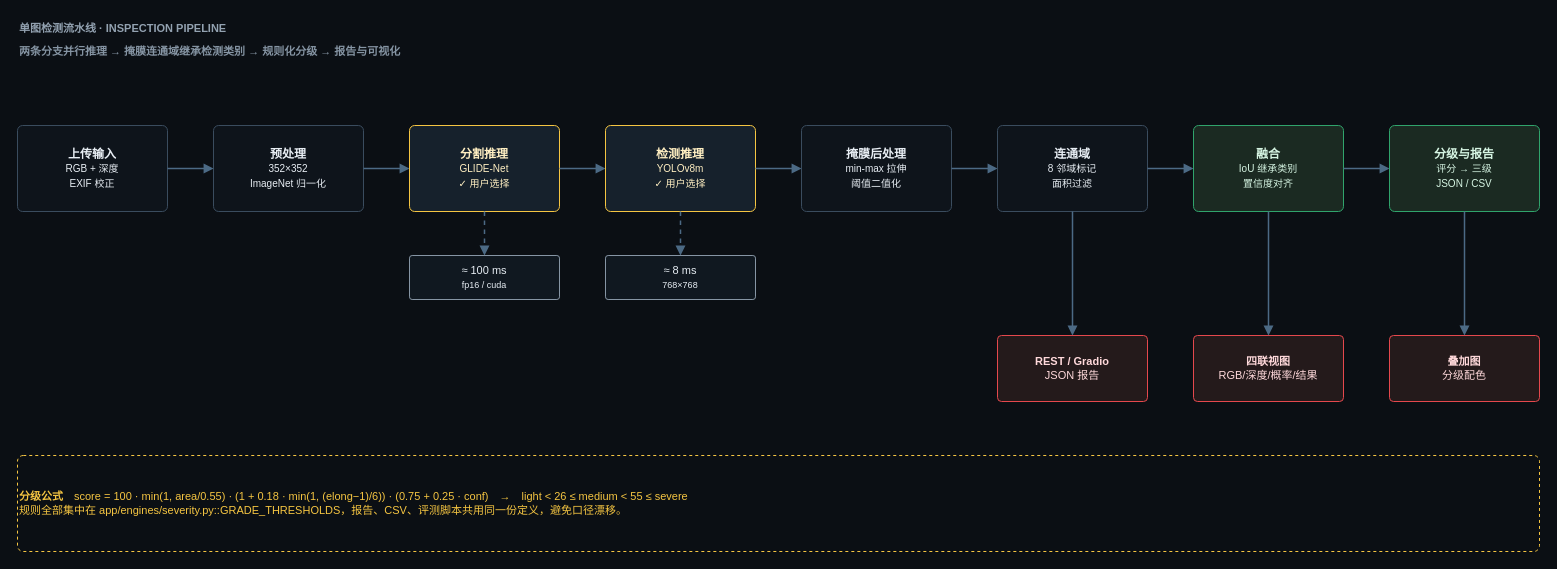
Before: docs/assets/inspection-pipeline.drawio in relight-developer/GLIDE-Net, a draw.io diagram. Source tidied: cells renumbered, new cells numbered last; positions are measured from the earlier drawing's top-left corner, leaving out a move shared by most shapes. Both pictures are drawn from the tidied source at 100%, with x=0, y=0 at pixel (17, 17).
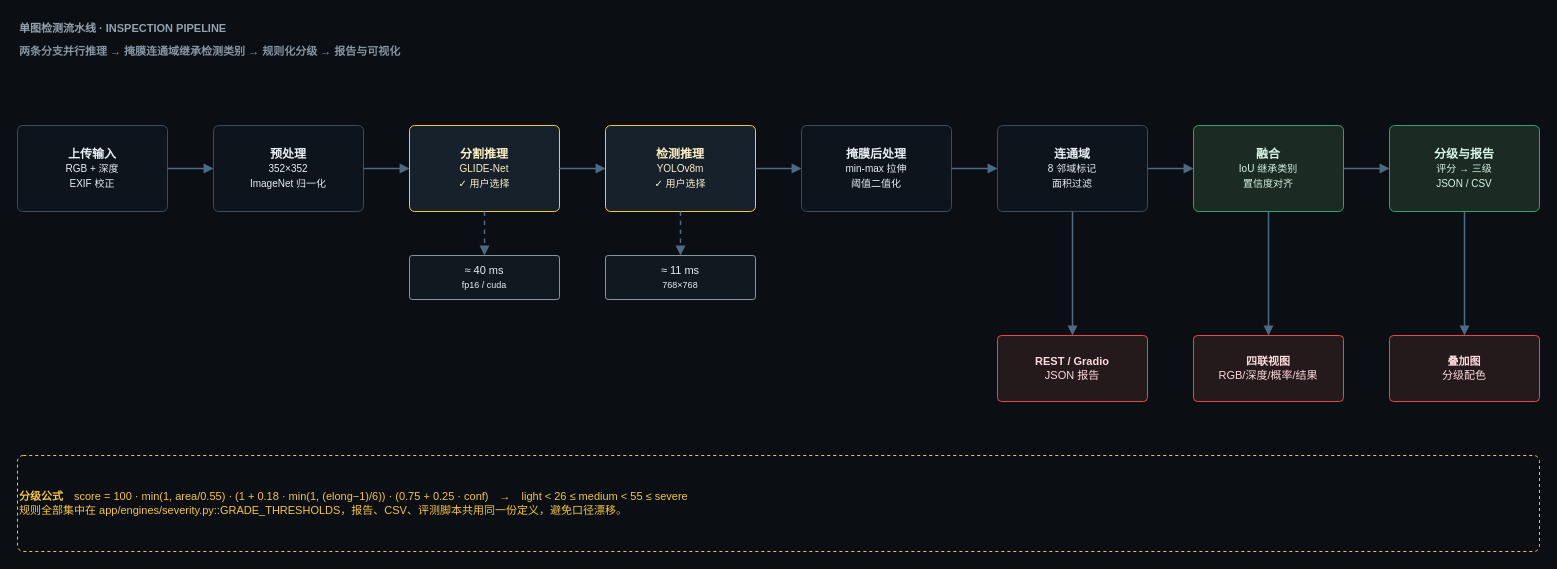
The same diagram, later.

Commit message (it also covers changes not shown here):
fix(tools): 修掉幻灯片图片被压扁、表格压字等问题，重写讲稿用语

Change to the diagram source:
```diff
@@
-    <mxCell id="19" value="≈ 100 ms&lt;br/&gt;&lt;span style='font-size:9px'&gt;fp16 / cuda&lt;/span&gt;" style="rounded=1;whiteSpace=wrap;html=1;fillColor=#101820;strokeColor=#8695A4;fontColor=#E8EEF4;fontFamily=Helvetica;fontSize=12;verticalAlign=middle;arcSize=6;fontSize=11;" parent="1" vertex="1">
+    <mxCell id="19" value="≈ 40 ms&lt;br/&gt;&lt;span style='font-size:9px'&gt;fp16 / cuda&lt;/span&gt;" style="rounded=1;whiteSpace=wrap;html=1;fillColor=#101820;strokeColor=#8695A4;fontColor=#E8EEF4;fontFamily=Helvetica;fontSize=12;verticalAlign=middle;arcSize=6;fontSize=11;" parent="1" vertex="1">
       <mxGeometry x="392" y="238" width="150" height="44" as="geometry" />
     </mxCell>
-    <mxCell id="20" value="≈ 8 ms&lt;br/&gt;&lt;span style='font-size:9px'&gt;768×768&lt;/span&gt;" style="rounded=1;whiteSpace=wrap;html=1;fillColor=#101820;strokeColor=#8695A4;fontColor=#E8EEF4;fontFamily=Helvetica;fontSize=12;verticalAlign=middle;arcSize=6;fontSize=11;" parent="1" vertex="1">
+    <mxCell id="20" value="≈ 11 ms&lt;br/&gt;&lt;span style='font-size:9px'&gt;768×768&lt;/span&gt;" style="rounded=1;whiteSpace=wrap;html=1;fillColor=#101820;strokeColor=#8695A4;fontColor=#E8EEF4;fontFamily=Helvetica;fontSize=12;verticalAlign=middle;arcSize=6;fontSize=11;" parent="1" vertex="1">
       <mxGeometry x="588" y="238" width="150" height="44" as="geometry" />
     </mxCell>
```
